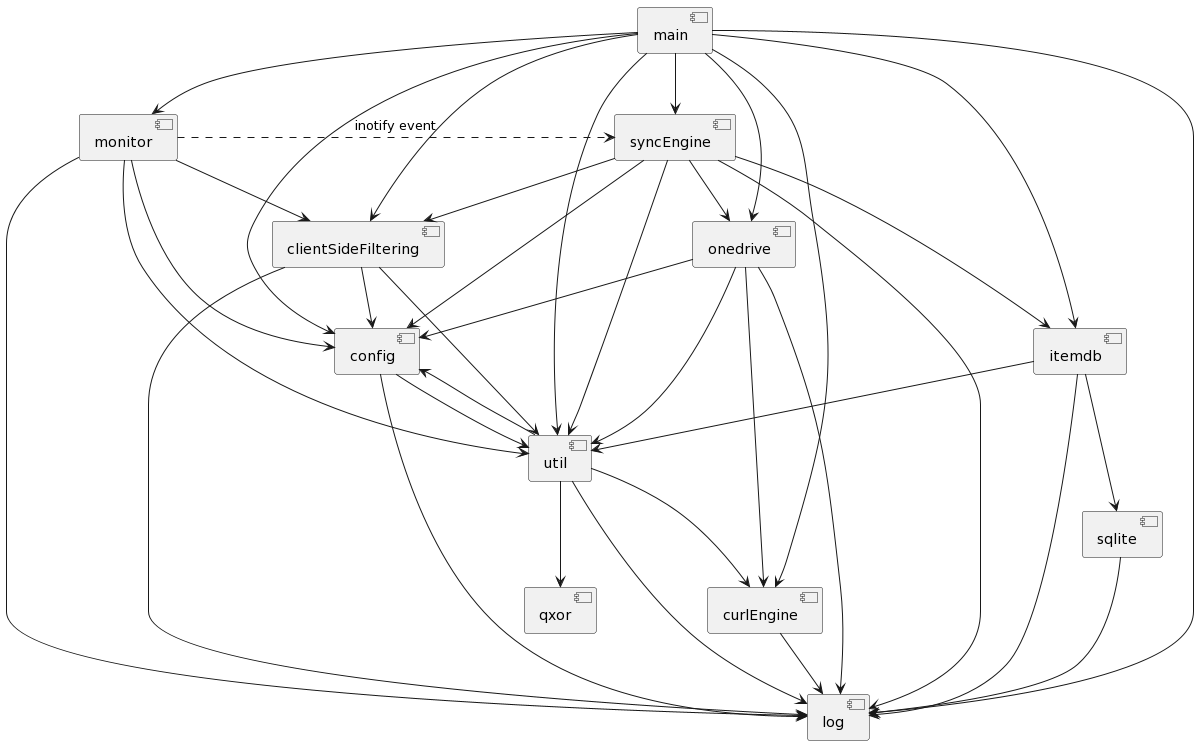
Above: docs/puml/code_functional_component_relationships.png in abraunegg/onedrive (PlantUML), before the change.
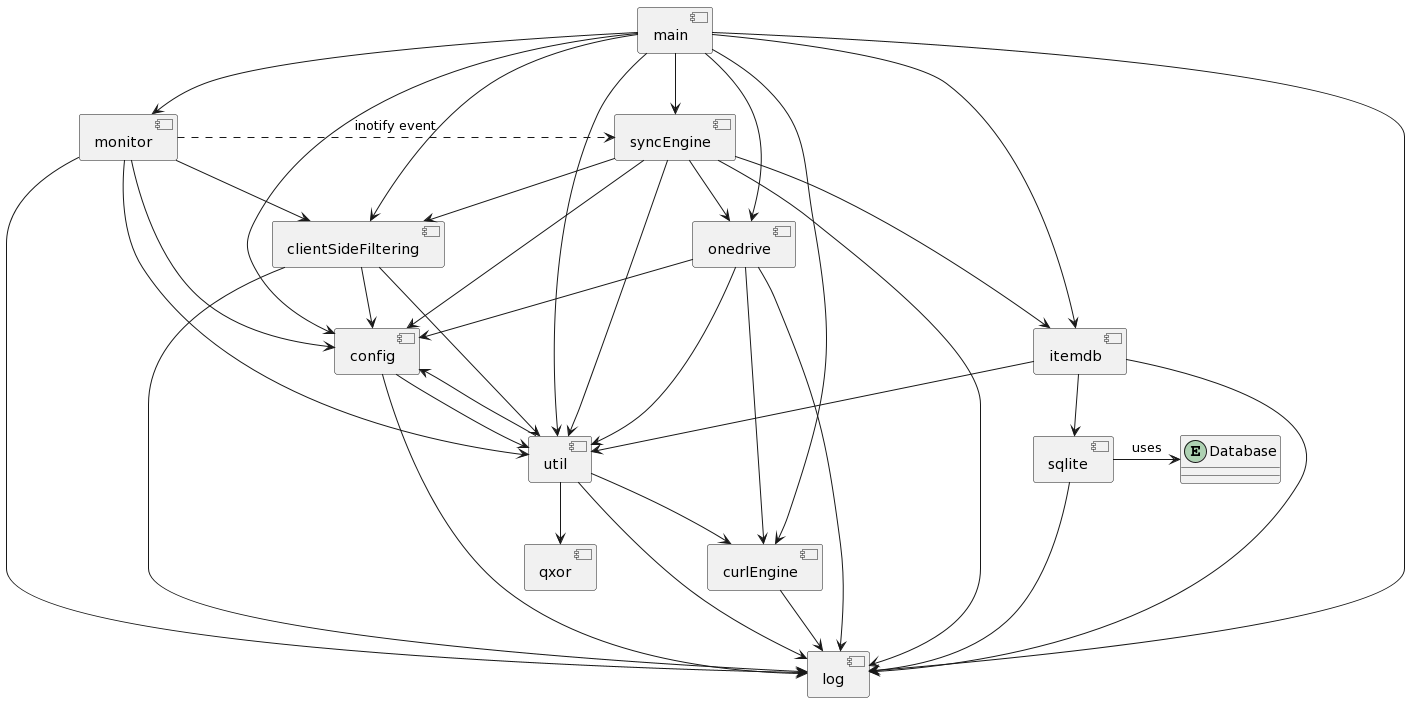
Above is the later version.

What changed in the source:
```diff
@@ -1,4 +1,5 @@
 @startuml
+!define DATABASE_ENTITY(x) entity x
 component main {
 }
 component config {
@@ -23,6 +24,8 @@
 }
 component qxor {
 }
+
+DATABASE_ENTITY("Database")
 
 main --> config
 main --> log
@@ -54,6 +57,7 @@
 util --> curlEngine
 
 sqlite --> log
+sqlite -> "Database" : uses
 
 onedrive --> config
 onedrive --> log
```
